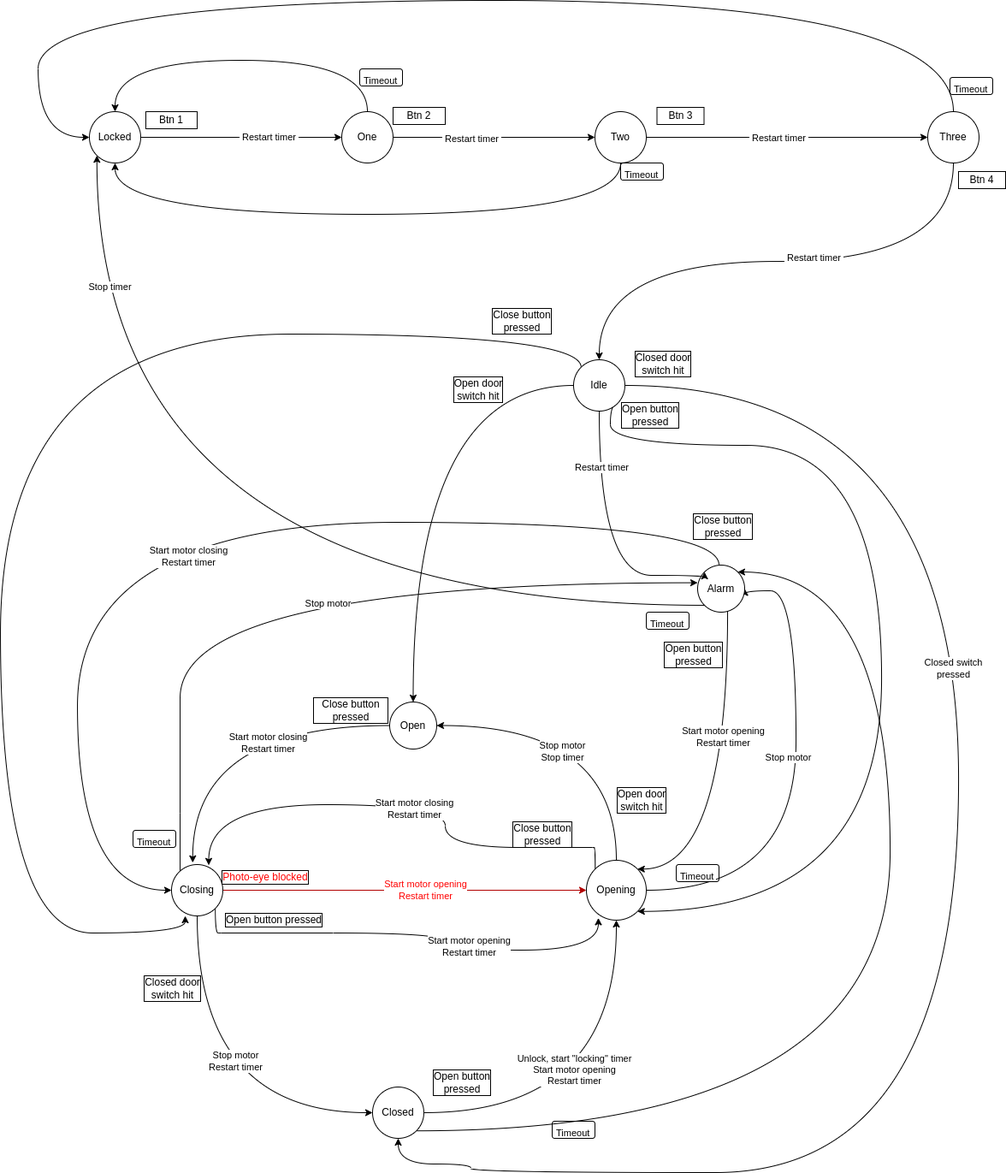
The draw.io diagram AtmelStudio/Drafts/StateMachineGarageDoor/StateMachineGarageDoor/garageDoorStatemachine.drawio.png in xb0be/avr-programming, before a commit. Source tidied: cells renumbered, new cells last; positions are measured from the earlier drawing's top-left corner, leaving out a move shared by most shapes.
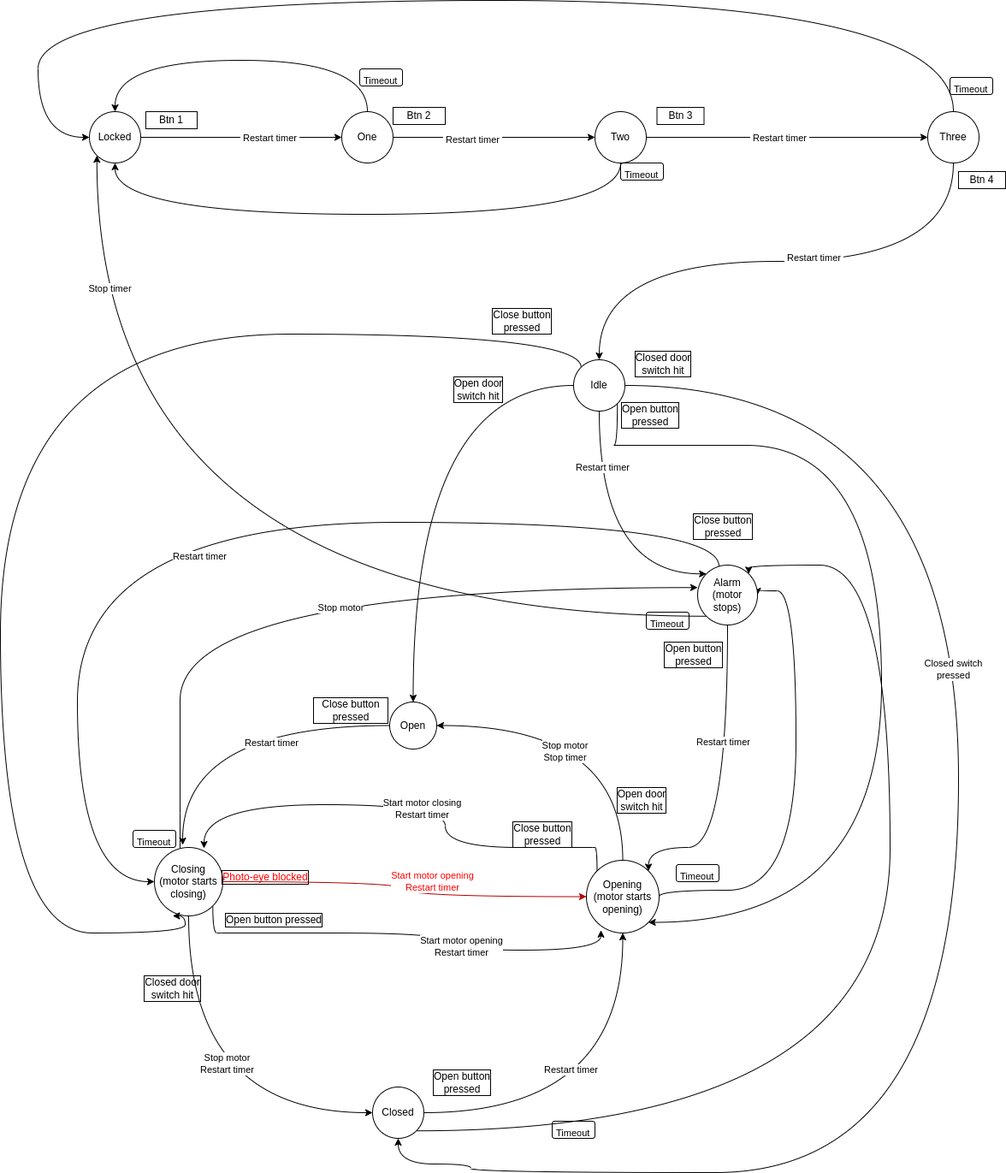
The same diagram one commit later.

Change to the diagram source:
```diff
@@ -5,7 +5,7 @@
     <mxCell id="2" style="edgeStyle=orthogonalEdgeStyle;curved=1;rounded=0;jettySize=auto;html=1;entryX=0.413;entryY=-0.037;entryDx=0;entryDy=0;entryPerimeter=0;" parent="1" edge="1" source="4" target="13">
       <mxGeometry relative="1" as="geometry" />
     </mxCell>
-    <mxCell id="3" value="Start motor closing&lt;br&gt;Restart timer" style="edgeLabel;html=1;align=center;verticalAlign=middle;" parent="2" vertex="1">
+    <mxCell id="3" value="Restart timer" style="edgeLabel;html=1;align=center;verticalAlign=middle;" parent="2" vertex="1">
       <mxGeometry x="-0.13" y="6" width="80" height="40" relative="1" as="geometry">
         <mxPoint x="-12" y="-6" as="offset" />
       </mxGeometry>
@@ -57,13 +57,13 @@
         <mxPoint x="-45" y="-20" as="offset" />
       </mxGeometry>
     </mxCell>
-    <mxCell id="13" value="Closing" style="ellipse;whiteSpace=wrap;html=1;" parent="1" vertex="1">
-      <mxGeometry x="200" y="1010" width="60" height="60" as="geometry" />
+    <mxCell id="13" value="Closing&lt;br&gt;(motor starts closing)" style="ellipse;whiteSpace=wrap;html=1;" parent="1" vertex="1">
+      <mxGeometry x="180" y="990" width="80" height="80" as="geometry" />
     </mxCell>
     <mxCell id="14" style="edgeStyle=orthogonalEdgeStyle;rounded=0;jettySize=auto;html=1;entryX=0.5;entryY=1;entryDx=0;entryDy=0;curved=1;" parent="1" edge="1" source="17" target="24">
       <mxGeometry relative="1" as="geometry" />
     </mxCell>
-    <mxCell id="15" value="Unlock, start &quot;locking&quot; timer&lt;br&gt;Start motor opening&lt;br&gt;Restart timer" style="edgeLabel;html=1;align=center;verticalAlign=middle;" parent="14" vertex="1">
+    <mxCell id="15" value="Restart timer" style="edgeLabel;html=1;align=center;verticalAlign=middle;" parent="14" vertex="1">
       <mxGeometry x="-0.17" y="8" width="80" height="40" relative="1" as="geometry">
         <mxPoint x="-52" y="-62" as="offset" />
       </mxGeometry>
@@ -72,7 +72,8 @@
       <mxGeometry relative="1" as="geometry">
         <Array as="points">
           <mxPoint x="1040" y="1321" />
-          <mxPoint x="1040" y="668" />
+          <mxPoint x="1040" y="660" />
+          <mxPoint x="875" y="660" />
         </Array>
       </mxGeometry>
     </mxCell>
@@ -95,11 +96,6 @@
         </Array>
       </mxGeometry>
     </mxCell>
-    <mxCell id="21" value="Stop motor" style="edgeLabel;html=1;align=center;verticalAlign=middle;" parent="20" vertex="1">
-      <mxGeometry x="0.12" y="9" width="90" height="40" relative="1" as="geometry">
-        <mxPoint x="-45" y="-20" as="offset" />
-      </mxGeometry>
-    </mxCell>
     <mxCell id="22" style="edgeStyle=orthogonalEdgeStyle;rounded=0;jettySize=auto;html=1;exitX=0;exitY=0;exitDx=0;exitDy=0;entryX=0.725;entryY=0.013;entryDx=0;entryDy=0;entryPerimeter=0;curved=1;" parent="1" edge="1" source="24" target="13">
       <mxGeometry relative="1" as="geometry">
         <Array as="points">
@@ -115,19 +111,19 @@
         <mxPoint x="-45" y="-20" as="offset" />
       </mxGeometry>
     </mxCell>
-    <mxCell id="24" value="Opening" style="ellipse;whiteSpace=wrap;html=1;" parent="1" vertex="1">
-      <mxGeometry x="685" y="1005" width="70" height="70" as="geometry" />
+    <mxCell id="24" value="Opening&lt;br&gt;(motor starts opening)" style="ellipse;whiteSpace=wrap;html=1;" parent="1" vertex="1">
+      <mxGeometry x="685" y="1005" width="85" height="85" as="geometry" />
     </mxCell>
     <mxCell id="25" style="edgeStyle=orthogonalEdgeStyle;rounded=0;jettySize=auto;html=1;curved=1;entryX=0;entryY=0.5;entryDx=0;entryDy=0;" parent="1" edge="1" source="31" target="13">
       <mxGeometry relative="1" as="geometry">
         <Array as="points">
           <mxPoint x="840" y="610" />
           <mxPoint x="90" y="610" />
-          <mxPoint x="90" y="1040" />
+          <mxPoint x="90" y="1030" />
         </Array>
       </mxGeometry>
     </mxCell>
-    <mxCell id="26" value="Start motor closing&lt;br&gt;Restart timer" style="edgeLabel;html=1;align=center;verticalAlign=middle;" parent="25" vertex="1">
+    <mxCell id="26" value="Restart timer" style="edgeLabel;html=1;align=center;verticalAlign=middle;" parent="25" vertex="1">
       <mxGeometry x="-0.18" y="8" width="80" height="40" relative="1" as="geometry">
         <mxPoint x="-160" y="12" as="offset" />
       </mxGeometry>
@@ -135,11 +131,12 @@
     <mxCell id="27" style="edgeStyle=orthogonalEdgeStyle;rounded=0;jettySize=auto;html=1;entryX=1;entryY=0;entryDx=0;entryDy=0;curved=1;" parent="1" edge="1" source="31" target="24">
       <mxGeometry relative="1" as="geometry">
         <Array as="points">
-          <mxPoint x="850" y="1015" />
+          <mxPoint x="850" y="990" />
+          <mxPoint x="758" y="990" />
         </Array>
       </mxGeometry>
     </mxCell>
-    <mxCell id="28" value="Start motor opening&lt;br&gt;Restart timer" style="edgeLabel;html=1;align=center;verticalAlign=middle;" parent="27" vertex="1">
+    <mxCell id="28" value="Restart timer" style="edgeLabel;html=1;align=center;verticalAlign=middle;" parent="27" vertex="1">
       <mxGeometry x="-0.28" y="-5" width="80" height="40" relative="1" as="geometry">
         <mxPoint x="-40" y="-20" as="offset" />
       </mxGeometry>
@@ -150,8 +147,8 @@
     <mxCell id="30" value="Stop timer" style="edgeLabel;html=1;align=center;verticalAlign=middle;" parent="29" vertex="1">
       <mxGeometry x="0.75" y="-15" relative="1" as="geometry" />
     </mxCell>
-    <mxCell id="31" value="Alarm" style="ellipse;whiteSpace=wrap;html=1;" parent="1" vertex="1">
-      <mxGeometry x="815" y="660" width="55" height="55" as="geometry" />
+    <mxCell id="31" value="Alarm&lt;br&gt;(motor stops)" style="ellipse;whiteSpace=wrap;html=1;" parent="1" vertex="1">
+      <mxGeometry x="815" y="660" width="70" height="70" as="geometry" />
     </mxCell>
     <mxCell id="32" value="Open button&lt;br&gt;pressed" style="text;html=1;strokeColor=none;fillColor=none;align=center;verticalAlign=middle;whiteSpace=wrap;rounded=0;labelBorderColor=default;" parent="1" vertex="1">
       <mxGeometry x="490" y="1250" width="100" height="30" as="geometry" />
@@ -274,7 +271,7 @@
     <mxCell id="60" style="edgeStyle=orthogonalEdgeStyle;curved=1;rounded=0;jettySize=auto;html=1;entryX=0;entryY=0;entryDx=0;entryDy=0;" parent="1" edge="1" source="64" target="31">
       <mxGeometry relative="1" as="geometry">
         <Array as="points">
-          <mxPoint x="700" y="672" />
+          <mxPoint x="700" y="670" />
         </Array>
       </mxGeometry>
     </mxCell>
```
